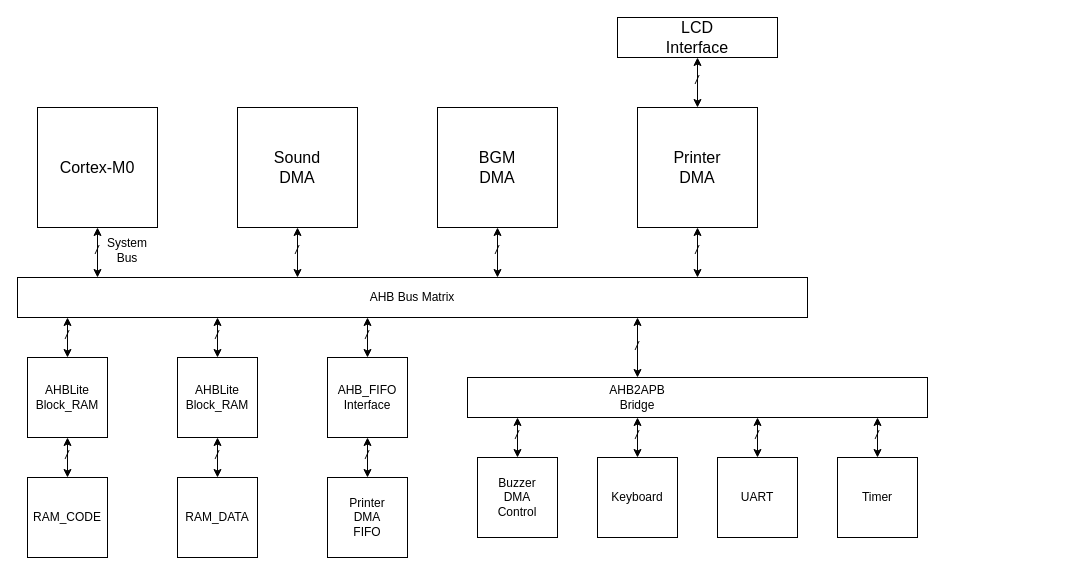
Before: HardwareARC.drawio in brsf11/RealTank2021, a draw.io diagram. Source tidied: cells renumbered, new cells numbered last; positions are measured from the earlier drawing's top-left corner, leaving out a move shared by most shapes. Both pictures are drawn from the tidied source at 100%, with x=0, y=0 at pixel (17, 17).
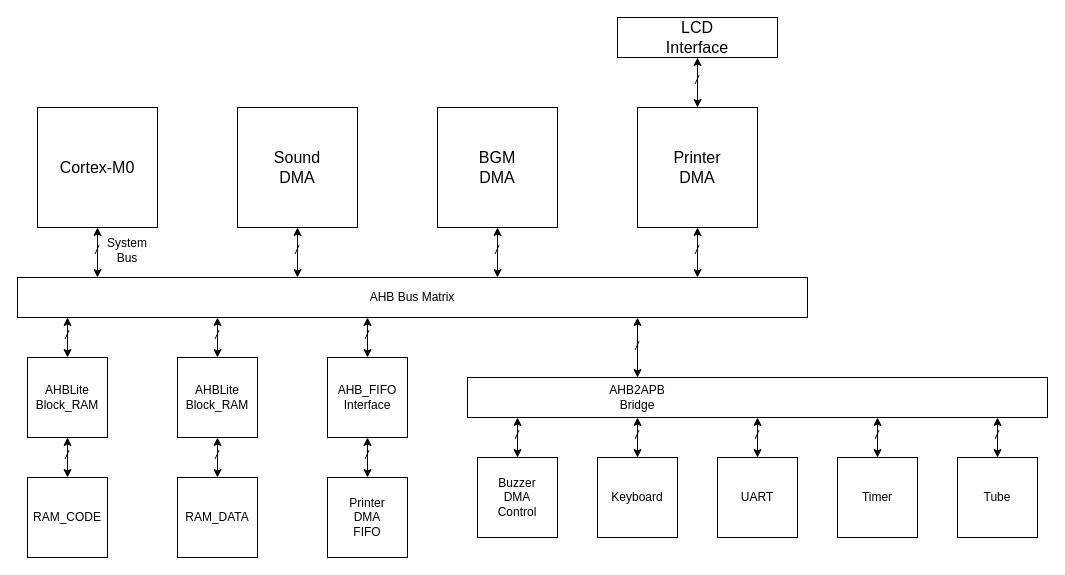
After the change.

Diff of the diagram source:
```diff
@@
     <mxCell id="33" style="rounded=0;whiteSpace=wrap;html=1;" parent="1" vertex="1">
-      <mxGeometry x="450" y="360" width="460" height="40" as="geometry" />
+      <mxGeometry x="450" y="360" width="580" height="40" as="geometry" />
     </mxCell>
@@
+    <mxCell id="69" style="rounded=0;whiteSpace=wrap;html=1;" parent="1" vertex="1">
+      <mxGeometry x="940" y="440" width="80" height="80" as="geometry" />
+    </mxCell>
+    <mxCell id="70" style="endArrow=classic;startArrow=classic;html=1;" parent="1" edge="1">
+      <mxGeometry relative="1" as="geometry">
+        <mxPoint x="980" y="440" as="sourcePoint" />
+        <mxPoint x="980" y="400" as="targetPoint" />
+      </mxGeometry>
+    </mxCell>
+    <mxCell id="71" value="/" style="text;html=1;strokeColor=none;fillColor=none;align=center;verticalAlign=middle;whiteSpace=wrap;rounded=0;fontStyle=2;" parent="1" vertex="1">
+      <mxGeometry x="960" y="408" width="40" height="20" as="geometry" />
+    </mxCell>
+    <mxCell id="72" value="Tube" style="text;html=1;strokeColor=none;fillColor=none;align=center;verticalAlign=middle;whiteSpace=wrap;rounded=0;dashed=1;" parent="1" vertex="1">
+      <mxGeometry x="960" y="470" width="40" height="20" as="geometry" />
+    </mxCell>
```
